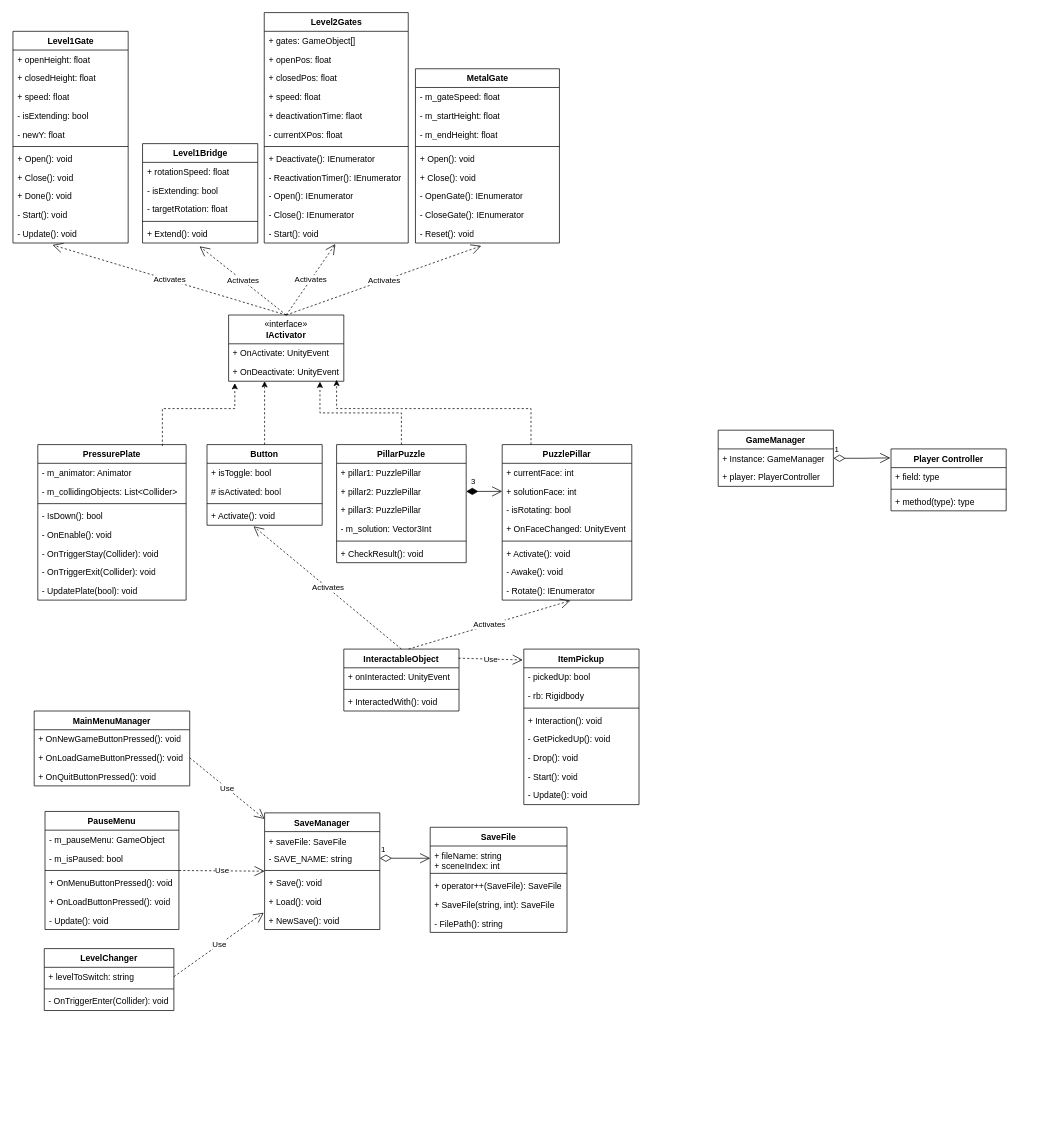
Before: UMLDiagram.drawio in hammone2/CS225-Unity, a draw.io diagram. Source tidied: cells renumbered, new cells numbered last; positions are measured from the earlier drawing's top-left corner, leaving out a move shared by most shapes. Both pictures are drawn from the tidied source at 72%, with x=0, y=0 at pixel (12, 12).
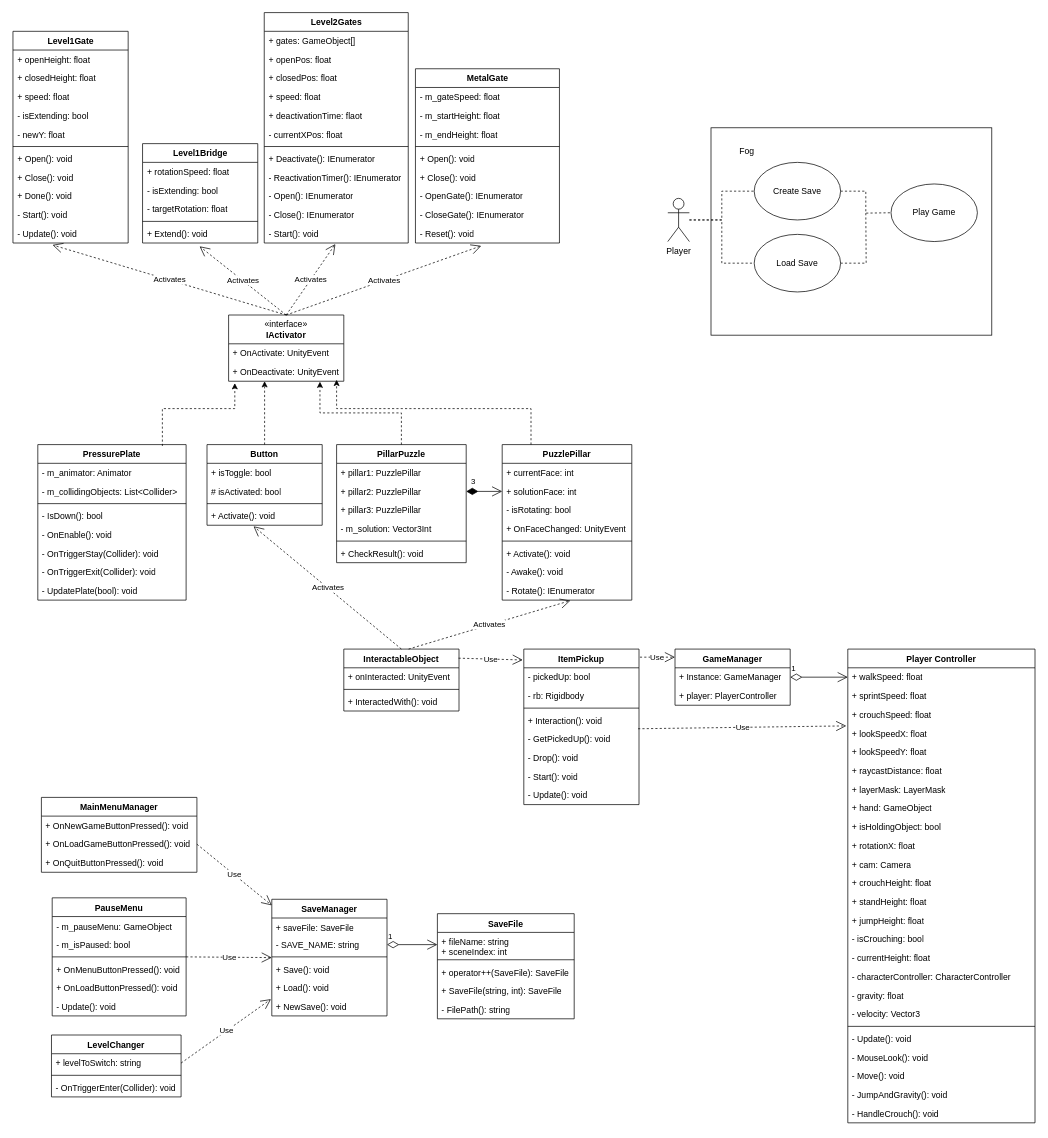
The same page after the edit.

Unchanged cells that the change refers to:
```xml
<mxCell id="73" value="+ Instance: GameManager" style="text;strokeColor=none;fillColor=none;align=left;verticalAlign=top;spacingLeft=4;spacingRight=4;overflow=hidden;points=[[0,0.5],[1,0.5]];portConstraint=eastwest;whiteSpace=wrap;html=1;" parent="72" vertex="1">
  <mxGeometry y="26" width="160" height="26" as="geometry" />
</mxCell>
<mxCell id="81" value="ItemPickup" style="swimlane;fontStyle=1;align=center;verticalAlign=top;horizontal=1;startSize=26;whiteSpace=wrap;html=1;" parent="1" vertex="1">
  <mxGeometry x="710" y="884" width="160" height="216" as="geometry" />
</mxCell>
<mxCell id="85" value="+ Interaction(): void" style="text;strokeColor=none;fillColor=none;align=left;verticalAlign=top;spacingLeft=4;spacingRight=4;overflow=hidden;points=[[0,0.5],[1,0.5]];portConstraint=eastwest;whiteSpace=wrap;html=1;" parent="81" vertex="1">
  <mxGeometry y="86" width="160" height="26" as="geometry" />
</mxCell>
```

The edit, as a diff of the source:
```diff
@@
+    <mxCell id="141" style="rounded=0;whiteSpace=wrap;html=1;fillColor=none;" parent="1" vertex="1">
+      <mxGeometry x="970" y="160" width="390" height="288" as="geometry" />
+    </mxCell>
     <mxCell id="2" value="SaveFile" style="swimlane;fontStyle=1;align=center;verticalAlign=top;horizontal=1;startSize=26;whiteSpace=wrap;html=1;" parent="1" vertex="1">
-      <mxGeometry x="580" y="1131.5" width="190" height="146" as="geometry" />
+      <mxGeometry x="590" y="1251.5" width="190" height="146" as="geometry" />
     </mxCell>
@@
     <mxCell id="8" value="SaveManager" style="swimlane;fontStyle=1;align=center;verticalAlign=top;horizontal=1;startSize=26;whiteSpace=wrap;html=1;" parent="1" vertex="1">
-      <mxGeometry x="350" y="1111.5" width="160" height="162" as="geometry" />
+      <mxGeometry x="360" y="1231.5" width="160" height="162" as="geometry" />
     </mxCell>
@@
     <mxCell id="54" value="PauseMenu" style="swimlane;fontStyle=1;align=center;verticalAlign=top;horizontal=1;startSize=26;whiteSpace=wrap;html=1;" parent="1" vertex="1">
-      <mxGeometry x="45" y="1109.5" width="186" height="164" as="geometry" />
+      <mxGeometry x="55" y="1229.5" width="186" height="164" as="geometry" />
     </mxCell>
@@
     <mxCell id="61" value="MainMenuManager" style="swimlane;fontStyle=1;align=center;verticalAlign=top;horizontal=1;startSize=26;whiteSpace=wrap;html=1;" parent="1" vertex="1">
-      <mxGeometry x="30" y="970" width="216" height="104" as="geometry" />
+      <mxGeometry x="40" y="1090" width="216" height="104" as="geometry" />
     </mxCell>
@@
     <mxCell id="67" value="LevelChanger" style="swimlane;fontStyle=1;align=center;verticalAlign=top;horizontal=1;startSize=26;whiteSpace=wrap;html=1;" parent="1" vertex="1">
-      <mxGeometry x="44" y="1300" width="180" height="86" as="geometry" />
+      <mxGeometry x="54" y="1420" width="180" height="86" as="geometry" />
     </mxCell>
@@
     <mxCell id="72" value="GameManager" style="swimlane;fontStyle=1;align=center;verticalAlign=top;horizontal=1;startSize=26;whiteSpace=wrap;html=1;" parent="1" vertex="1">
-      <mxGeometry x="980" y="580" width="160" height="78" as="geometry" />
+      <mxGeometry x="920" y="884" width="160" height="78" as="geometry" />
     </mxCell>
@@
     <mxCell id="136" value="Player Controller" style="swimlane;fontStyle=1;align=center;verticalAlign=top;horizontal=1;startSize=26;whiteSpace=wrap;html=1;" parent="1" vertex="1">
-      <mxGeometry x="1220" y="606" width="160" height="86" as="geometry" />
+      <mxGeometry x="1160" y="884" width="260" height="658" as="geometry" />
     </mxCell>
-    <mxCell id="137" value="+ field: type" style="text;strokeColor=none;fillColor=none;align=left;verticalAlign=top;spacingLeft=4;spacingRight=4;overflow=hidden;points=[[0,0.5],[1,0.5]];portConstraint=eastwest;whiteSpace=wrap;html=1;" parent="136" vertex="1">
-      <mxGeometry y="26" width="160" height="26" as="geometry" />
+    <mxCell id="137" value="+ walkSpeed: float" style="text;strokeColor=none;fillColor=none;align=left;verticalAlign=top;spacingLeft=4;spacingRight=4;overflow=hidden;points=[[0,0.5],[1,0.5]];portConstraint=eastwest;whiteSpace=wrap;html=1;" parent="136" vertex="1">
+      <mxGeometry y="26" width="260" height="26" as="geometry" />
     </mxCell>
+    <mxCell id="142" value="+ sprintSpeed: float" style="text;strokeColor=none;fillColor=none;align=left;verticalAlign=top;spacingLeft=4;spacingRight=4;overflow=hidden;whiteSpace=wrap;html=1;" parent="136" vertex="1">
+      <mxGeometry y="52" width="260" height="26" as="geometry" />
+    </mxCell>
+    <mxCell id="143" value="+ crouchSpeed: float" style="text;strokeColor=none;fillColor=none;align=left;verticalAlign=top;spacingLeft=4;spacingRight=4;overflow=hidden;whiteSpace=wrap;html=1;" parent="136" vertex="1">
+      <mxGeometry y="78" width="260" height="26" as="geometry" />
+    </mxCell>
+    <mxCell id="144" value="+ lookSpeedX: float" style="text;strokeColor=none;fillColor=none;align=left;verticalAlign=top;spacingLeft=4;spacingRight=4;overflow=hidden;points=[[0,0.5],[1,0.5]];portConstraint=eastwest;whiteSpace=wrap;html=1;" parent="136" vertex="1">
+      <mxGeometry y="104" width="260" height="26" as="geometry" />
+    </mxCell>
+    <mxCell id="145" value="+ lookSpeedY: float" style="text;strokeColor=none;fillColor=none;align=left;verticalAlign=top;spacingLeft=4;spacingRight=4;overflow=hidden;whiteSpace=wrap;html=1;" parent="136" vertex="1">
+      <mxGeometry y="130" width="260" height="26" as="geometry" />
+    </mxCell>
+    <mxCell id="146" value="+ raycastDistance: float" style="text;strokeColor=none;fillColor=none;align=left;verticalAlign=top;spacingLeft=4;spacingRight=4;overflow=hidden;whiteSpace=wrap;html=1;" parent="136" vertex="1">
+      <mxGeometry y="156" width="260" height="26" as="geometry" />
+    </mxCell>
+    <mxCell id="147" value="+ layerMask: LayerMask" style="text;strokeColor=none;fillColor=none;align=left;verticalAlign=top;spacingLeft=4;spacingRight=4;overflow=hidden;whiteSpace=wrap;html=1;" parent="136" vertex="1">
+      <mxGeometry y="182" width="260" height="26" as="geometry" />
+    </mxCell>
+    <mxCell id="148" value="+ hand: GameObject" style="text;strokeColor=none;fillColor=none;align=left;verticalAlign=top;spacingLeft=4;spacingRight=4;overflow=hidden;whiteSpace=wrap;html=1;" parent="136" vertex="1">
+      <mxGeometry y="208" width="260" height="26" as="geometry" />
+    </mxCell>
+    <mxCell id="149" value="+ isHoldingObject: bool" style="text;strokeColor=none;fillColor=none;align=left;verticalAlign=top;spacingLeft=4;spacingRight=4;overflow=hidden;whiteSpace=wrap;html=1;" parent="136" vertex="1">
+      <mxGeometry y="234" width="260" height="26" as="geometry" />
+    </mxCell>
+    <mxCell id="150" value="+ rotationX: float" style="text;strokeColor=none;fillColor=none;align=left;verticalAlign=top;spacingLeft=4;spacingRight=4;overflow=hidden;whiteSpace=wrap;html=1;" parent="136" vertex="1">
+      <mxGeometry y="260" width="260" height="26" as="geometry" />
+    </mxCell>
+    <mxCell id="151" value="+ cam: Camera" style="text;strokeColor=none;fillColor=none;align=left;verticalAlign=top;spacingLeft=4;spacingRight=4;overflow=hidden;whiteSpace=wrap;html=1;" parent="136" vertex="1">
+      <mxGeometry y="286" width="260" height="26" as="geometry" />
+    </mxCell>
+    <mxCell id="152" value="+ crouchHeight: float" style="text;strokeColor=none;fillColor=none;align=left;verticalAlign=top;spacingLeft=4;spacingRight=4;overflow=hidden;whiteSpace=wrap;html=1;" parent="136" vertex="1">
+      <mxGeometry y="312" width="260" height="26" as="geometry" />
+    </mxCell>
+    <mxCell id="153" value="+ standHeight: float" style="text;strokeColor=none;fillColor=none;align=left;verticalAlign=top;spacingLeft=4;spacingRight=4;overflow=hidden;whiteSpace=wrap;html=1;" parent="136" vertex="1">
+      <mxGeometry y="338" width="260" height="26" as="geometry" />
+    </mxCell>
+    <mxCell id="154" value="+ jumpHeight: float" style="text;strokeColor=none;fillColor=none;align=left;verticalAlign=top;spacingLeft=4;spacingRight=4;overflow=hidden;whiteSpace=wrap;html=1;" parent="136" vertex="1">
+      <mxGeometry y="364" width="260" height="26" as="geometry" />
+    </mxCell>
+    <mxCell id="155" value="- isCrouching: bool" style="text;strokeColor=none;fillColor=none;align=left;verticalAlign=top;spacingLeft=4;spacingRight=4;overflow=hidden;whiteSpace=wrap;html=1;" parent="136" vertex="1">
+      <mxGeometry y="390" width="260" height="26" as="geometry" />
+    </mxCell>
+    <mxCell id="156" value="- currentHeight: float" style="text;strokeColor=none;fillColor=none;align=left;verticalAlign=top;spacingLeft=4;spacingRight=4;overflow=hidden;whiteSpace=wrap;html=1;" parent="136" vertex="1">
+      <mxGeometry y="416" width="260" height="26" as="geometry" />
+    </mxCell>
+    <mxCell id="157" value="- characterController: CharacterController" style="text;strokeColor=none;fillColor=none;align=left;verticalAlign=top;spacingLeft=4;spacingRight=4;overflow=hidden;whiteSpace=wrap;html=1;" parent="136" vertex="1">
+      <mxGeometry y="442" width="260" height="26" as="geometry" />
+    </mxCell>
+    <mxCell id="158" value="- gravity: float" style="text;strokeColor=none;fillColor=none;align=left;verticalAlign=top;spacingLeft=4;spacingRight=4;overflow=hidden;whiteSpace=wrap;html=1;" parent="136" vertex="1">
+      <mxGeometry y="468" width="260" height="26" as="geometry" />
+    </mxCell>
+    <mxCell id="159" value="- velocity: Vector3" style="text;strokeColor=none;fillColor=none;align=left;verticalAlign=top;spacingLeft=4;spacingRight=4;overflow=hidden;whiteSpace=wrap;html=1;" parent="136" vertex="1">
+      <mxGeometry y="494" width="260" height="26" as="geometry" />
+    </mxCell>
     <mxCell id="138" style="line;strokeWidth=1;fillColor=none;align=left;verticalAlign=middle;spacingTop=-1;spacingLeft=3;spacingRight=3;labelPosition=right;strokeColor=inherit;" parent="136" vertex="1">
-      <mxGeometry y="52" width="160" height="8" as="geometry" />
+      <mxGeometry y="520" width="260" height="8" as="geometry" />
     </mxCell>
-    <mxCell id="139" value="+ method(type): type" style="text;strokeColor=none;fillColor=none;align=left;verticalAlign=top;spacingLeft=4;spacingRight=4;overflow=hidden;whiteSpace=wrap;html=1;" parent="136" vertex="1">
-      <mxGeometry y="60" width="160" height="26" as="geometry" />
+    <mxCell id="139" value="- Update(): void" style="text;strokeColor=none;fillColor=none;align=left;verticalAlign=top;spacingLeft=4;spacingRight=4;overflow=hidden;whiteSpace=wrap;html=1;" parent="136" vertex="1">
+      <mxGeometry y="528" width="260" height="26" as="geometry" />
     </mxCell>
+    <mxCell id="160" value="- MouseLook(): void" style="text;strokeColor=none;fillColor=none;align=left;verticalAlign=top;spacingLeft=4;spacingRight=4;overflow=hidden;whiteSpace=wrap;html=1;" parent="136" vertex="1">
+      <mxGeometry y="554" width="260" height="26" as="geometry" />
+    </mxCell>
+    <mxCell id="161" value="- Move(): void" style="text;strokeColor=none;fillColor=none;align=left;verticalAlign=top;spacingLeft=4;spacingRight=4;overflow=hidden;whiteSpace=wrap;html=1;" parent="136" vertex="1">
+      <mxGeometry y="580" width="260" height="26" as="geometry" />
+    </mxCell>
+    <mxCell id="162" value="- JumpAndGravity(): void" style="text;strokeColor=none;fillColor=none;align=left;verticalAlign=top;spacingLeft=4;spacingRight=4;overflow=hidden;whiteSpace=wrap;html=1;" parent="136" vertex="1">
+      <mxGeometry y="606" width="260" height="26" as="geometry" />
+    </mxCell>
+    <mxCell id="163" value="- HandleCrouch(): void" style="text;strokeColor=none;fillColor=none;align=left;verticalAlign=top;spacingLeft=4;spacingRight=4;overflow=hidden;whiteSpace=wrap;html=1;" parent="136" vertex="1">
+      <mxGeometry y="632" width="260" height="26" as="geometry" />
+    </mxCell>
+    <mxCell id="164" value="Use" style="endArrow=open;endSize=12;dashed=1;html=1;rounded=0;exitX=1.008;exitY=0.052;exitDx=0;exitDy=0;exitPerimeter=0;entryX=0;entryY=0.144;entryDx=0;entryDy=0;entryPerimeter=0;" parent="1" edge="1" source="81" target="72">
+      <mxGeometry relative="1" as="geometry" />
+    </mxCell>
+    <mxCell id="165" value="Use" style="endArrow=open;endSize=12;dashed=1;html=1;rounded=0;exitX=0.992;exitY=0.949;exitDx=0;exitDy=0;exitPerimeter=0;entryX=-0.008;entryY=0.103;entryDx=0;entryDy=0;entryPerimeter=0;" parent="1" edge="1" source="85" target="144">
+      <mxGeometry relative="1" as="geometry" />
+    </mxCell>
-    <mxCell id="140" value="1" style="endArrow=open;html=1;endSize=12;startArrow=diamondThin;startSize=14;startFill=0;edgeStyle=orthogonalEdgeStyle;align=left;verticalAlign=bottom;rounded=0;exitX=1;exitY=0.5;exitDx=0;exitDy=0;entryX=-0.006;entryY=0.145;entryDx=0;entryDy=0;entryPerimeter=0;" parent="1" edge="1" source="73" target="136">
+    <mxCell id="140" value="1" style="endArrow=open;html=1;endSize=12;startArrow=diamondThin;startSize=14;startFill=0;edgeStyle=orthogonalEdgeStyle;align=left;verticalAlign=bottom;rounded=0;exitX=1;exitY=0.5;exitDx=0;exitDy=0;entryX=0;entryY=0.5;entryDx=0;entryDy=0;" parent="1" edge="1" source="73" target="137">
       <mxGeometry x="-1" y="3" relative="1" as="geometry" />
     </mxCell>
+    <mxCell id="166" style="edgeStyle=orthogonalEdgeStyle;rounded=0;jettySize=auto;html=1;entryX=0;entryY=0.5;entryDx=0;entryDy=0;endArrow=none;startFill=0;dashed=1;" parent="1" edge="1" source="168" target="171">
+      <mxGeometry relative="1" as="geometry" />
+    </mxCell>
+    <mxCell id="167" style="edgeStyle=orthogonalEdgeStyle;rounded=0;jettySize=auto;html=1;entryX=0;entryY=0.5;entryDx=0;entryDy=0;endArrow=none;startFill=0;dashed=1;" parent="1" edge="1" source="168" target="173">
+      <mxGeometry relative="1" as="geometry" />
+    </mxCell>
+    <mxCell id="168" value="Player" style="shape=umlActor;verticalLabelPosition=bottom;verticalAlign=top;html=1;outlineConnect=0;" parent="1" vertex="1">
+      <mxGeometry x="910" y="258" width="30" height="60" as="geometry" />
+    </mxCell>
+    <mxCell id="169" value="Play Game" style="ellipse;whiteSpace=wrap;html=1;" parent="1" vertex="1">
+      <mxGeometry x="1220" y="238" width="120" height="80" as="geometry" />
+    </mxCell>
+    <mxCell id="170" style="edgeStyle=orthogonalEdgeStyle;rounded=0;jettySize=auto;html=1;endArrow=none;startFill=0;dashed=1;" parent="1" edge="1" source="171">
+      <mxGeometry relative="1" as="geometry">
+        <mxPoint x="1220" y="278" as="targetPoint" />
+      </mxGeometry>
+    </mxCell>
+    <mxCell id="171" value="Create Save" style="ellipse;whiteSpace=wrap;html=1;" parent="1" vertex="1">
+      <mxGeometry x="1030" y="208" width="120" height="80" as="geometry" />
+    </mxCell>
+    <mxCell id="172" style="edgeStyle=orthogonalEdgeStyle;rounded=0;jettySize=auto;html=1;exitX=1;exitY=0.5;exitDx=0;exitDy=0;endArrow=none;startFill=0;dashed=1;" parent="1" edge="1" source="173">
+      <mxGeometry relative="1" as="geometry">
+        <mxPoint x="1185" y="278" as="targetPoint" />
+      </mxGeometry>
+    </mxCell>
+    <mxCell id="173" value="Load Save" style="ellipse;whiteSpace=wrap;html=1;" parent="1" vertex="1">
+      <mxGeometry x="1030" y="308" width="120" height="80" as="geometry" />
+    </mxCell>
+    <mxCell id="174" value="Fog" style="text;html=1;align=center;verticalAlign=middle;whiteSpace=wrap;rounded=0;" parent="1" vertex="1">
+      <mxGeometry x="990" y="178" width="60" height="30" as="geometry" />
+    </mxCell>
```
